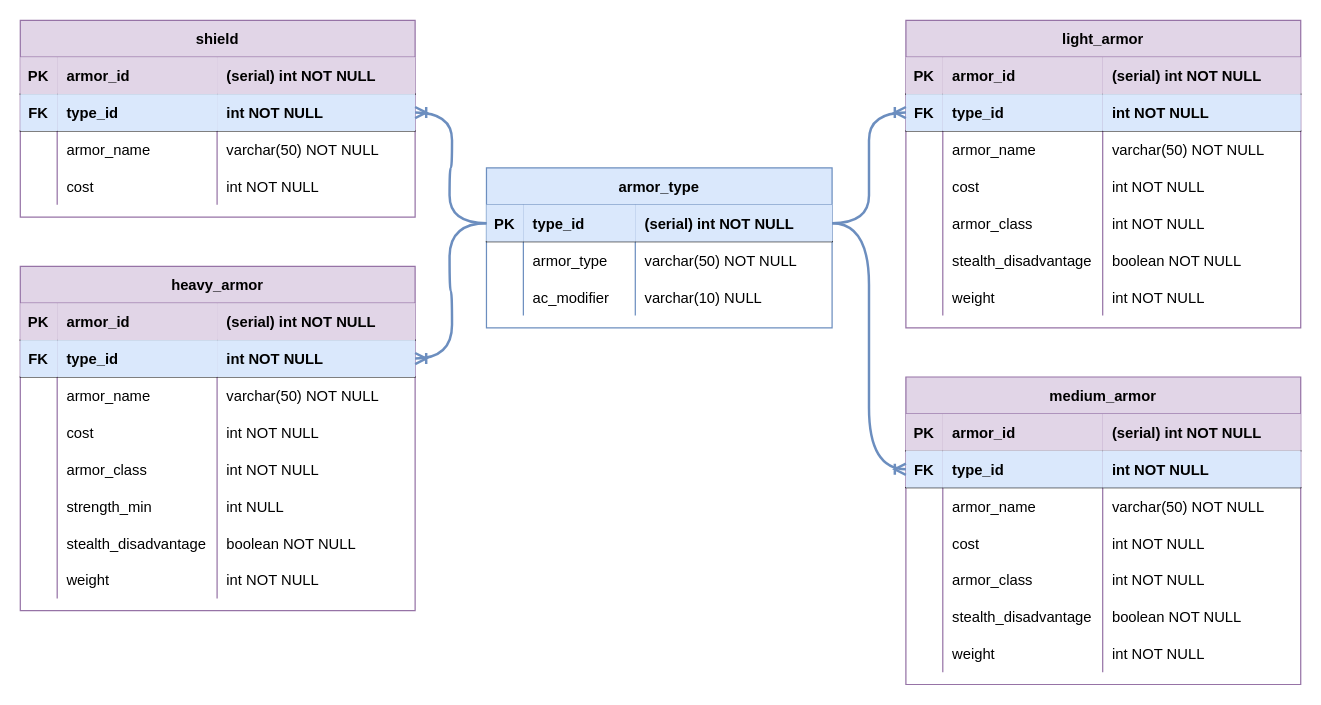
Above: page "armor" (1 of 3) of diagrams/Entity Relationship Diagram.drawio in kschuljak/fantasy_shop (draw.io), before the change. Source tidied: cells renumbered, new cells numbered last; positions are measured from the earlier drawing's top-left corner, leaving out a move shared by most shapes. Both pictures are drawn from the tidied source at 123%, with x=0, y=0 at pixel (20, 20).
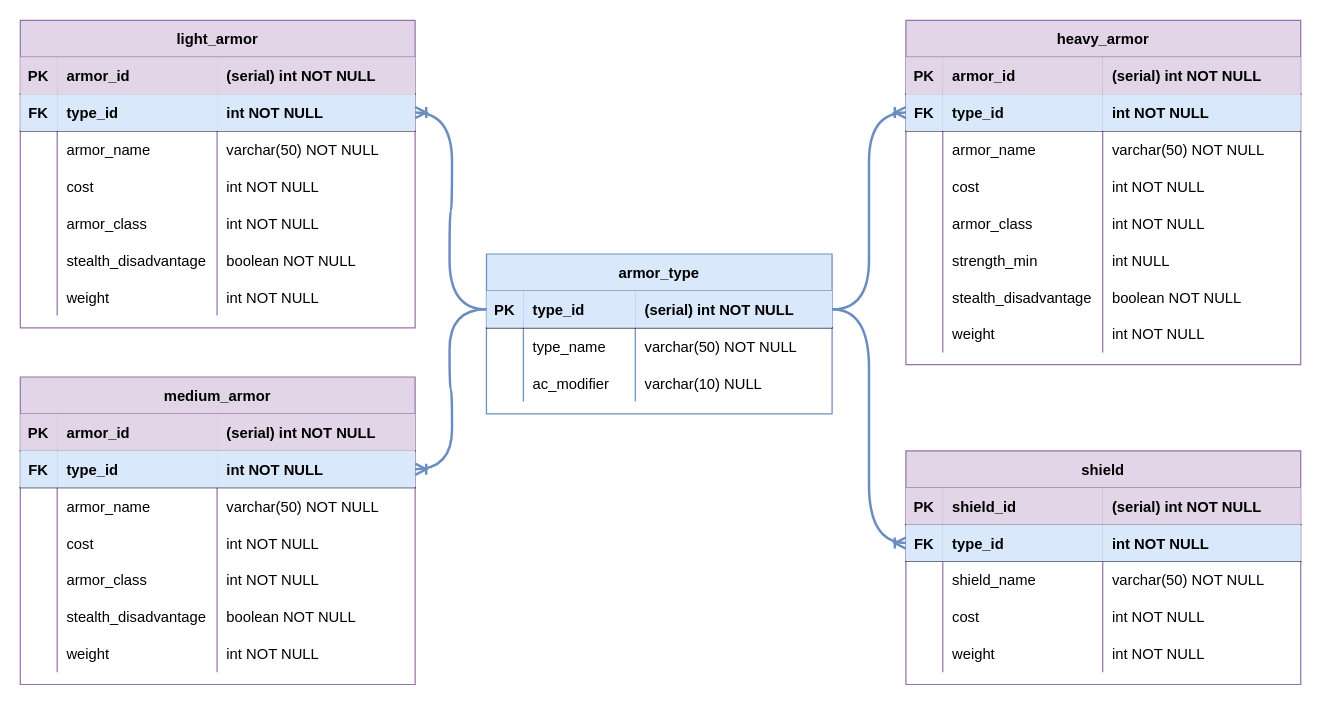
The same page after the edit.

The change refers to these unchanged cells:
```xml
<mxCell id="3" style="shape=partialRectangle;fillColor=none;points=[[0,0.5],[1,0.5]];portConstraint=eastwest;top=0;left=0;right=0;bottom=1;" parent="2" vertex="1">
  <mxGeometry y="30" width="281" height="30" as="geometry" />
</mxCell>
<mxCell id="7" style="shape=partialRectangle;fillColor=none;top=0;left=0;right=0;bottom=0;" parent="2" vertex="1">
  <mxGeometry y="60" width="281" height="30" as="geometry" />
</mxCell>
<mxCell id="49" style="shape=partialRectangle;fillColor=none;points=[[0,0.5],[1,0.5]];portConstraint=eastwest;top=0;left=0;right=0;bottom=1;" parent="44" vertex="1">
  <mxGeometry y="60" width="321" height="30" as="geometry" />
</mxCell>
<mxCell id="78" style="shape=partialRectangle;fillColor=none;points=[[0,0.5],[1,0.5]];portConstraint=eastwest;top=0;left=0;right=0;bottom=1;" parent="73" vertex="1">
  <mxGeometry y="60" width="321" height="30" as="geometry" />
</mxCell>
<mxCell id="107" style="shape=partialRectangle;fillColor=none;top=0;left=0;right=0;bottom=1;" parent="106" vertex="1">
  <mxGeometry y="30" width="321" height="30" as="geometry" />
</mxCell>
<mxCell id="111" style="shape=partialRectangle;fillColor=none;points=[[0,0.5],[1,0.5]];portConstraint=eastwest;top=0;left=0;right=0;bottom=1;" parent="106" vertex="1">
  <mxGeometry y="60" width="321" height="30" as="geometry" />
</mxCell>
<mxCell id="115" style="shape=partialRectangle;fillColor=none;top=0;left=0;right=0;bottom=0;" parent="106" vertex="1">
  <mxGeometry y="90" width="321" height="30" as="geometry" />
</mxCell>
```

Diff of the diagram source:
```diff
@@
     <mxCell id="2" value="armor_type" style="shape=table;startSize=30;childLayout=tableLayout;rowLines=0;fontStyle=1;align=center;fillColor=#dae8fc;strokeColor=#6c8ebf;" parent="1" vertex="1">
-      <mxGeometry x="379" y="120" width="281" height="130" as="geometry" />
+      <mxGeometry x="379" y="190" width="281" height="130" as="geometry" />
     </mxCell>
@@
-    <mxCell id="9" value="armor_type" style="shape=partialRectangle;overflow=hidden;fillColor=none;top=0;left=0;bottom=0;right=0;align=left;spacingLeft=6;" parent="7" vertex="1">
+    <mxCell id="9" value="type_name" style="shape=partialRectangle;overflow=hidden;fillColor=none;top=0;left=0;bottom=0;right=0;align=left;spacingLeft=6;" parent="7" vertex="1">
       <mxGeometry x="30" width="91" height="30" as="geometry" />
     </mxCell>
@@
     <mxCell id="15" value="light_armor" style="shape=table;startSize=30;childLayout=tableLayout;rowLines=0;fontStyle=1;align=center;fillColor=#e1d5e7;strokeColor=#9673a6;" parent="1" vertex="1">
-      <mxGeometry x="720" width="321" height="250" as="geometry" />
+      <mxGeometry width="321" height="250" as="geometry" />
     </mxCell>
@@
     <mxCell id="44" value="medium_armor" style="shape=table;startSize=30;childLayout=tableLayout;rowLines=0;fontStyle=1;align=center;fillColor=#e1d5e7;strokeColor=#9673a6;" parent="1" vertex="1">
-      <mxGeometry x="720" y="290" width="321" height="250" as="geometry" />
+      <mxGeometry y="290" width="321" height="250" as="geometry" />
     </mxCell>
@@
     <mxCell id="73" value="heavy_armor" style="shape=table;startSize=30;childLayout=tableLayout;rowLines=0;fontStyle=1;align=center;fillColor=#e1d5e7;strokeColor=#9673a6;" parent="1" vertex="1">
-      <mxGeometry y="200" width="321" height="280" as="geometry" />
+      <mxGeometry x="720" width="321" height="280" as="geometry" />
     </mxCell>
@@
     <mxCell id="106" value="shield" style="shape=table;startSize=30;childLayout=tableLayout;rowLines=0;fontStyle=1;align=center;fillColor=#e1d5e7;strokeColor=#9673a6;" parent="1" vertex="1">
-      <mxGeometry width="321" height="160" as="geometry" />
+      <mxGeometry x="720" y="350" width="321" height="190" as="geometry" />
     </mxCell>
@@
-    <mxCell id="109" value="armor_id" style="shape=partialRectangle;overflow=hidden;fillColor=#e1d5e7;top=0;left=0;bottom=0;right=0;align=left;spacingLeft=6;fontStyle=1;strokeColor=#9673a6;" parent="107" vertex="1">
+    <mxCell id="109" value="shield_id" style="shape=partialRectangle;overflow=hidden;fillColor=#e1d5e7;top=0;left=0;bottom=0;right=0;align=left;spacingLeft=6;fontStyle=1;strokeColor=#9673a6;" parent="107" vertex="1">
       <mxGeometry x="30" width="130" height="30" as="geometry" />
     </mxCell>
@@
-    <mxCell id="117" value="armor_name" style="shape=partialRectangle;overflow=hidden;fillColor=none;top=0;left=0;bottom=0;right=0;align=left;spacingLeft=6;" parent="115" vertex="1">
+    <mxCell id="117" value="shield_name" style="shape=partialRectangle;overflow=hidden;fillColor=none;top=0;left=0;bottom=0;right=0;align=left;spacingLeft=6;" parent="115" vertex="1">
       <mxGeometry x="30" width="130" height="30" as="geometry" />
     </mxCell>
@@
+    <mxCell id="127" style="shape=partialRectangle;fillColor=none;top=0;left=0;right=0;bottom=0;" parent="106" vertex="1">
+      <mxGeometry y="150" width="321" height="30" as="geometry" />
+    </mxCell>
+    <mxCell id="128" style="shape=partialRectangle;overflow=hidden;fillColor=none;top=0;left=0;bottom=0;right=0;" parent="127" vertex="1">
+      <mxGeometry width="30" height="30" as="geometry" />
+    </mxCell>
+    <mxCell id="129" value="weight" style="shape=partialRectangle;overflow=hidden;fillColor=none;top=0;left=0;bottom=0;right=0;align=left;spacingLeft=6;" parent="127" vertex="1">
+      <mxGeometry x="30" width="130" height="30" as="geometry" />
+    </mxCell>
+    <mxCell id="130" value="int NOT NULL" style="shape=partialRectangle;overflow=hidden;fillColor=none;top=0;left=0;bottom=0;right=0;align=left;spacingLeft=6;" parent="127" vertex="1">
+      <mxGeometry x="160" width="161" height="30" as="geometry" />
+    </mxCell>
@@
-    <mxCell id="124" style="edgeStyle=entityRelationEdgeStyle;fontSize=12;html=1;endArrow=ERoneToMany;strokeWidth=2;fillColor=#dae8fc;strokeColor=#6c8ebf;exitX=1;exitY=0.5;exitDx=0;exitDy=0;entryX=0;entryY=0.5;entryDx=0;entryDy=0;curved=1;" parent="1" edge="1" source="3" target="49">
+    <mxCell id="124" style="edgeStyle=entityRelationEdgeStyle;fontSize=12;html=1;endArrow=ERoneToMany;strokeWidth=2;fillColor=#dae8fc;strokeColor=#6c8ebf;curved=1;" parent="1" edge="1" source="3" target="49">
       <mxGeometry relative="1" as="geometry" />
     </mxCell>
-    <mxCell id="125" style="edgeStyle=entityRelationEdgeStyle;fontSize=12;html=1;endArrow=ERoneToMany;strokeWidth=2;fillColor=#dae8fc;strokeColor=#6c8ebf;entryX=1;entryY=0.5;entryDx=0;entryDy=0;curved=1;" parent="1" edge="1" source="3" target="111">
+    <mxCell id="125" style="edgeStyle=entityRelationEdgeStyle;fontSize=12;html=1;endArrow=ERoneToMany;strokeWidth=2;fillColor=#dae8fc;strokeColor=#6c8ebf;entryX=0;entryY=0.5;entryDx=0;entryDy=0;curved=1;" parent="1" edge="1" source="3" target="111">
       <mxGeometry relative="1" as="geometry" />
     </mxCell>
-    <mxCell id="126" style="edgeStyle=entityRelationEdgeStyle;fontSize=12;html=1;endArrow=ERoneToMany;strokeWidth=2;fillColor=#dae8fc;strokeColor=#6c8ebf;exitX=0;exitY=0.5;exitDx=0;exitDy=0;entryX=1;entryY=0.5;entryDx=0;entryDy=0;curved=1;" parent="1" edge="1" source="3" target="78">
+    <mxCell id="126" style="edgeStyle=entityRelationEdgeStyle;fontSize=12;html=1;endArrow=ERoneToMany;strokeWidth=2;fillColor=#dae8fc;strokeColor=#6c8ebf;entryX=0;entryY=0.5;entryDx=0;entryDy=0;curved=1;" parent="1" edge="1" source="3" target="78">
       <mxGeometry relative="1" as="geometry" />
     </mxCell>
```
